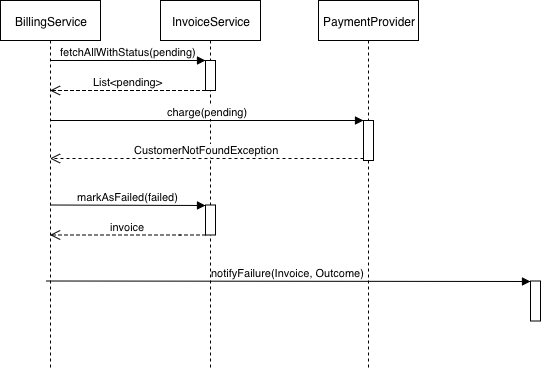
Earlier version of the draw.io export img/cnf.png (elleFlorio/antaeus). Source tidied: cells renumbered, new cells last; positions are measured from the earlier drawing's top-left corner, leaving out a move shared by most shapes. Source of this version:
```xml
<mxGraphModel>
  <root>
    <mxCell id="0" />
    <mxCell id="1" parent="0" />
    <mxCell id="2" value="BillingService" style="shape=umlLifeline;perimeter=lifelinePerimeter;whiteSpace=wrap;html=1;outlineConnect=0;" parent="1" vertex="1">
      <mxGeometry width="100" height="370" as="geometry" />
    </mxCell>
    <mxCell id="3" value="InvoiceService" style="shape=umlLifeline;perimeter=lifelinePerimeter;whiteSpace=wrap;html=1;" parent="1" vertex="1">
      <mxGeometry x="160" width="100" height="370" as="geometry" />
    </mxCell>
    <mxCell id="4" style="html=1;points=[];perimeter=orthogonalPerimeter;" parent="3" vertex="1">
      <mxGeometry x="45" y="60" width="10" height="30" as="geometry" />
    </mxCell>
    <mxCell id="5" value="invoice" style="html=1;verticalAlign=bottom;endArrow=open;dashed=1;endSize=8;" parent="3" edge="1" source="7">
      <mxGeometry relative="1" as="geometry">
        <mxPoint x="-110.5" y="234.5" as="targetPoint" />
        <Array as="points">
          <mxPoint x="10" y="234.5" />
        </Array>
      </mxGeometry>
    </mxCell>
    <mxCell id="6" value="markAsFailed(failed)" style="html=1;verticalAlign=bottom;endArrow=block;entryX=0;entryY=0;" parent="3" edge="1" target="7">
      <mxGeometry relative="1" as="geometry">
        <mxPoint x="-110" y="204.5" as="sourcePoint" />
      </mxGeometry>
    </mxCell>
    <mxCell id="7" style="html=1;points=[];perimeter=orthogonalPerimeter;" parent="3" vertex="1">
      <mxGeometry x="45" y="204.5" width="10" height="30" as="geometry" />
    </mxCell>
    <mxCell id="8" value="&lt;span&gt;fetchAllWithStatus&lt;/span&gt;(pending)" style="html=1;verticalAlign=bottom;endArrow=block;entryX=0;entryY=0;" parent="1" edge="1" target="4">
      <mxGeometry relative="1" as="geometry">
        <mxPoint x="50" y="60" as="sourcePoint" />
      </mxGeometry>
    </mxCell>
    <mxCell id="9" value="List&amp;lt;pending&amp;gt;" style="html=1;verticalAlign=bottom;endArrow=open;dashed=1;endSize=8;" parent="1" edge="1" source="4" target="2">
      <mxGeometry relative="1" as="geometry">
        <Array as="points">
          <mxPoint x="163.5" y="90" />
        </Array>
      </mxGeometry>
    </mxCell>
    <mxCell id="10" value="PaymentProvider" style="shape=umlLifeline;perimeter=lifelinePerimeter;whiteSpace=wrap;html=1;" parent="1" vertex="1">
      <mxGeometry x="318" width="100" height="370" as="geometry" />
    </mxCell>
    <mxCell id="11" style="html=1;points=[];perimeter=orthogonalPerimeter;" parent="10" vertex="1">
      <mxGeometry x="45" y="120" width="10" height="40" as="geometry" />
    </mxCell>
    <mxCell id="12" value="charge(pending)" style="html=1;verticalAlign=bottom;endArrow=block;entryX=0;entryY=0;" parent="1" edge="1" source="2" target="11">
      <mxGeometry relative="1" as="geometry" />
    </mxCell>
    <mxCell id="13" value="CustomerNotFoundException" style="html=1;verticalAlign=bottom;endArrow=open;dashed=1;endSize=8;exitX=0;exitY=0.95;" parent="1" edge="1" source="11" target="2">
      <mxGeometry relative="1" as="geometry" />
    </mxCell>
    <mxCell id="14" style="html=1;points=[];perimeter=orthogonalPerimeter;" parent="1" vertex="1">
      <mxGeometry x="530" y="280.5" width="10" height="40" as="geometry" />
    </mxCell>
    <mxCell id="15" value="notifyFailure(Invoice, Outcome)" style="html=1;verticalAlign=bottom;endArrow=block;entryX=0;entryY=0;" parent="1" edge="1" target="14">
      <mxGeometry relative="1" as="geometry">
        <mxPoint x="45.5" y="280.5" as="sourcePoint" />
      </mxGeometry>
    </mxCell>
  </root>
</mxGraphModel>
```
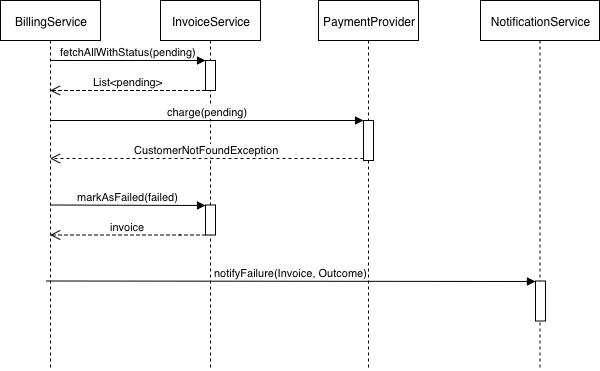
After the change.

What changed in the source:
```diff
@@ -51,13 +51,16 @@
     <mxCell id="13" value="CustomerNotFoundException" style="html=1;verticalAlign=bottom;endArrow=open;dashed=1;endSize=8;exitX=0;exitY=0.95;" parent="1" edge="1" source="11" target="2">
       <mxGeometry relative="1" as="geometry" />
     </mxCell>
-    <mxCell id="14" style="html=1;points=[];perimeter=orthogonalPerimeter;" parent="1" vertex="1">
-      <mxGeometry x="530" y="280.5" width="10" height="40" as="geometry" />
+    <mxCell id="14" value="NotificationService" style="shape=umlLifeline;perimeter=lifelinePerimeter;whiteSpace=wrap;html=1;outlineConnect=0;" parent="1" vertex="1">
+      <mxGeometry x="480" width="119" height="370" as="geometry" />
     </mxCell>
-    <mxCell id="15" value="notifyFailure(Invoice, Outcome)" style="html=1;verticalAlign=bottom;endArrow=block;entryX=0;entryY=0;" parent="1" edge="1" target="14">
-      <mxGeometry relative="1" as="geometry">
-        <mxPoint x="45.5" y="280.5" as="sourcePoint" />
-      </mxGeometry>
+    <mxCell id="15" style="html=1;points=[];perimeter=orthogonalPerimeter;" parent="14" vertex="1">
+      <mxGeometry x="55" y="280.5" width="10" height="40" as="geometry" />
     </mxCell>
+    <mxCell id="16" value="notifyFailure(Invoice, Outcome)" style="html=1;verticalAlign=bottom;endArrow=block;entryX=0;entryY=0;" parent="1" edge="1" target="15">
+      <mxGeometry relative="1" as="geometry">
+        <mxPoint x="45.5" y="280.5" as="sourcePoint" />
+      </mxGeometry>
+    </mxCell>
   </root>
 </mxGraphModel>
```
